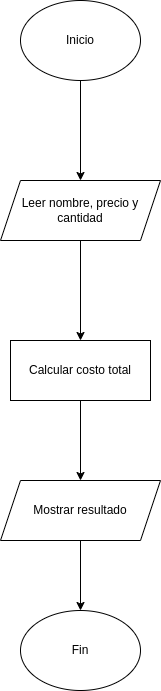
Before: Diagrama-de-flujo/diagramaHisotoriaDeUsuarioM1S1.drawio.png, a diagram exported from draw.io (ChrisOnfroy/Historia-de-usuario-M1SX). Source tidied: cells renumbered, new cells last; positions are measured from the earlier drawing's top-left corner, leaving out a move shared by most shapes.
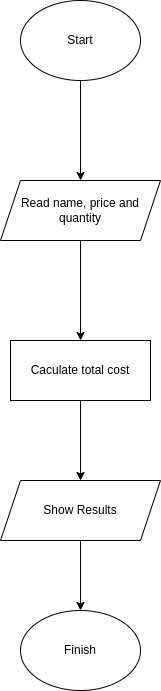
The same diagram one commit later.

Commit message:
diagrama en ingles

What changed in the source:
```diff
@@ -5,28 +5,28 @@
     <mxCell id="2" style="edgeStyle=none;html=1;" parent="1" edge="1" source="3" target="5">
       <mxGeometry relative="1" as="geometry" />
     </mxCell>
-    <mxCell id="3" value="Inicio" style="ellipse;whiteSpace=wrap;html=1;" parent="1" vertex="1">
+    <mxCell id="3" value="Start" style="ellipse;whiteSpace=wrap;html=1;" parent="1" vertex="1">
       <mxGeometry x="20" width="120" height="80" as="geometry" />
     </mxCell>
     <mxCell id="4" style="edgeStyle=none;html=1;exitX=0.5;exitY=1;exitDx=0;exitDy=0;" parent="1" edge="1" source="5" target="7">
       <mxGeometry relative="1" as="geometry" />
     </mxCell>
-    <mxCell id="5" value="Leer nombre, precio y cantidad" style="shape=parallelogram;perimeter=parallelogramPerimeter;whiteSpace=wrap;html=1;fixedSize=1;" parent="1" vertex="1">
+    <mxCell id="5" value="Read name, price and quantity" style="shape=parallelogram;perimeter=parallelogramPerimeter;whiteSpace=wrap;html=1;fixedSize=1;" parent="1" vertex="1">
       <mxGeometry y="180" width="160" height="60" as="geometry" />
     </mxCell>
     <mxCell id="6" style="edgeStyle=none;html=1;" parent="1" edge="1" source="7" target="9">
       <mxGeometry relative="1" as="geometry" />
     </mxCell>
-    <mxCell id="7" value="Calcular costo total" style="whiteSpace=wrap;html=1;" parent="1" vertex="1">
+    <mxCell id="7" value="Caculate total cost" style="whiteSpace=wrap;html=1;" parent="1" vertex="1">
       <mxGeometry x="10" y="340" width="140" height="60" as="geometry" />
     </mxCell>
     <mxCell id="8" style="edgeStyle=none;html=1;" parent="1" edge="1" source="9" target="10">
       <mxGeometry relative="1" as="geometry" />
     </mxCell>
-    <mxCell id="9" value="Mostrar resultado" style="shape=parallelogram;perimeter=parallelogramPerimeter;whiteSpace=wrap;html=1;fixedSize=1;" parent="1" vertex="1">
+    <mxCell id="9" value="Show Results" style="shape=parallelogram;perimeter=parallelogramPerimeter;whiteSpace=wrap;html=1;fixedSize=1;" parent="1" vertex="1">
       <mxGeometry y="480" width="160" height="60" as="geometry" />
     </mxCell>
-    <mxCell id="10" value="&lt;div&gt;Fin&lt;/div&gt;" style="ellipse;whiteSpace=wrap;html=1;" parent="1" vertex="1">
+    <mxCell id="10" value="&lt;div&gt;Finish&lt;/div&gt;" style="ellipse;whiteSpace=wrap;html=1;" parent="1" vertex="1">
       <mxGeometry x="20" y="610" width="120" height="80" as="geometry" />
     </mxCell>
   </root>
```
